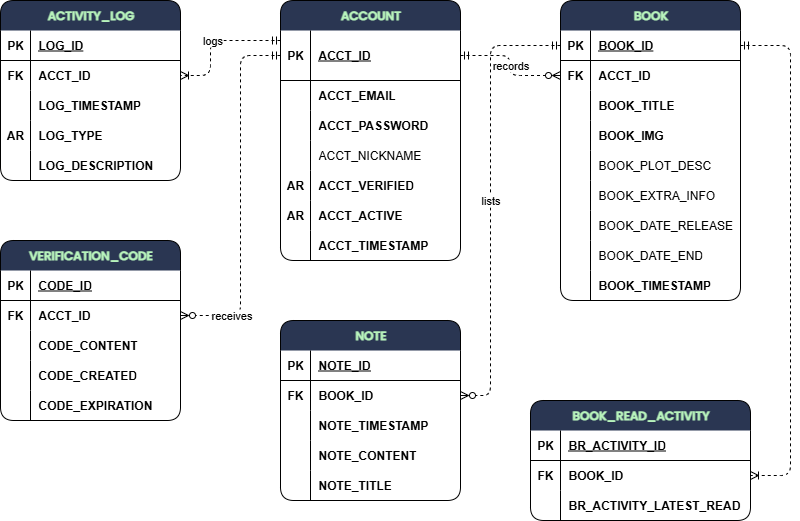
Before: documents/ERD/NoteStrip ERD.png, a diagram exported from draw.io (teruteruOuO/NoteStrip). Source tidied: cells renumbered, new cells last; positions are measured from the earlier drawing's top-left corner, leaving out a move shared by most shapes.
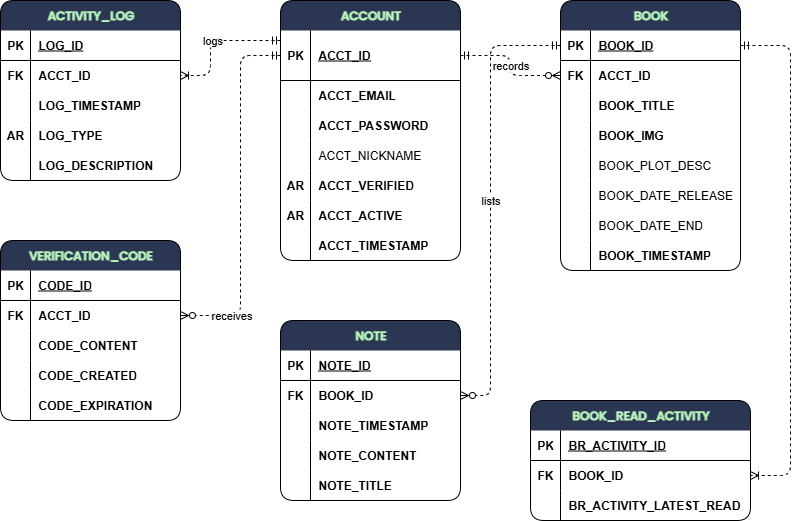
The same file after the commit.

Diff of the diagram source:
```diff
@@ -165,7 +165,7 @@
       <mxGeometry x="30" width="150" height="30" as="geometry" />
     </mxCell>
     <mxCell id="56" value="BOOK" style="shape=table;startSize=30;rowLines=0;fontStyle=1;align=center;html=1;fillColor=#2A3652;fontColor=#B8F4BC;labelBackgroundColor=none;labelBorderColor=none;swimlaneFillColor=none;rounded=1;shadow=0;fillStyle=solid;swimlaneLine=0;fontFamily=Poppins;fontSource=https%3A%2F%2Ffonts.googleapis.com%2Fcss%3Ffamily%3DPoppins;" parent="1" vertex="1">
-      <mxGeometry x="560" width="180" height="300" as="geometry" />
+      <mxGeometry x="560" width="180" height="270" as="geometry" />
     </mxCell>
     <mxCell id="57" style="shape=tableRow;horizontal=0;startSize=0;swimlaneHead=0;swimlaneBody=0;fillColor=none;points=[[0,0.5],[1,0.5]];portConstraint=eastwest;top=0;left=0;right=0;bottom=1;swimlaneFillColor=none;" parent="56" vertex="1">
       <mxGeometry y="30" width="180" height="30" as="geometry" />
@@ -212,17 +212,8 @@
     <mxCell id="71" value="BOOK_PLOT_DESC" style="shape=partialRectangle;fillColor=none;top=0;left=0;bottom=0;right=0;align=left;spacingLeft=6;overflow=hidden;whiteSpace=wrap;html=1;swimlaneFillColor=none;fontStyle=0;" parent="69" vertex="1">
       <mxGeometry x="30" width="150" height="30" as="geometry" />
     </mxCell>
-    <mxCell id="72" style="shape=tableRow;horizontal=0;startSize=0;swimlaneHead=0;swimlaneBody=0;fillColor=none;top=0;left=0;right=0;bottom=0;swimlaneFillColor=none;" parent="56" vertex="1">
-      <mxGeometry y="180" width="180" height="30" as="geometry" />
-    </mxCell>
-    <mxCell id="73" style="shape=partialRectangle;fillColor=none;top=0;left=0;bottom=0;right=0;overflow=hidden;whiteSpace=wrap;html=1;swimlaneFillColor=none;" parent="72" vertex="1">
-      <mxGeometry width="30" height="30" as="geometry" />
-    </mxCell>
-    <mxCell id="74" value="BOOK_EXTRA_INFO" style="shape=partialRectangle;fillColor=none;top=0;left=0;bottom=0;right=0;align=left;spacingLeft=6;overflow=hidden;whiteSpace=wrap;html=1;swimlaneFillColor=none;fontStyle=0;" parent="72" vertex="1">
-      <mxGeometry x="30" width="150" height="30" as="geometry" />
-    </mxCell>
     <mxCell id="75" style="shape=tableRow;horizontal=0;startSize=0;swimlaneHead=0;swimlaneBody=0;fillColor=none;top=0;left=0;right=0;bottom=0;swimlaneFillColor=none;" parent="56" vertex="1">
-      <mxGeometry y="210" width="180" height="30" as="geometry" />
+      <mxGeometry y="180" width="180" height="30" as="geometry" />
     </mxCell>
     <mxCell id="76" style="shape=partialRectangle;fillColor=none;top=0;left=0;bottom=0;right=0;overflow=hidden;whiteSpace=wrap;html=1;swimlaneFillColor=none;" parent="75" vertex="1">
       <mxGeometry width="30" height="30" as="geometry" />
@@ -231,7 +222,7 @@
       <mxGeometry x="30" width="150" height="30" as="geometry" />
     </mxCell>
     <mxCell id="78" style="shape=tableRow;horizontal=0;startSize=0;swimlaneHead=0;swimlaneBody=0;fillColor=none;top=0;left=0;right=0;bottom=0;swimlaneFillColor=none;" parent="56" vertex="1">
-      <mxGeometry y="240" width="180" height="30" as="geometry" />
+      <mxGeometry y="210" width="180" height="30" as="geometry" />
     </mxCell>
     <mxCell id="79" style="shape=partialRectangle;fillColor=none;top=0;left=0;bottom=0;right=0;overflow=hidden;whiteSpace=wrap;html=1;swimlaneFillColor=none;" parent="78" vertex="1">
       <mxGeometry width="30" height="30" as="geometry" />
@@ -240,7 +231,7 @@
       <mxGeometry x="30" width="150" height="30" as="geometry" />
     </mxCell>
     <mxCell id="81" style="shape=tableRow;horizontal=0;startSize=0;swimlaneHead=0;swimlaneBody=0;fillColor=none;top=0;left=0;right=0;bottom=0;swimlaneFillColor=none;" parent="56" vertex="1">
-      <mxGeometry y="270" width="180" height="30" as="geometry" />
+      <mxGeometry y="240" width="180" height="30" as="geometry" />
     </mxCell>
     <mxCell id="82" style="shape=partialRectangle;fillColor=none;top=0;left=0;bottom=0;right=0;overflow=hidden;whiteSpace=wrap;html=1;swimlaneFillColor=none;" parent="81" vertex="1">
       <mxGeometry width="30" height="30" as="geometry" />
```
